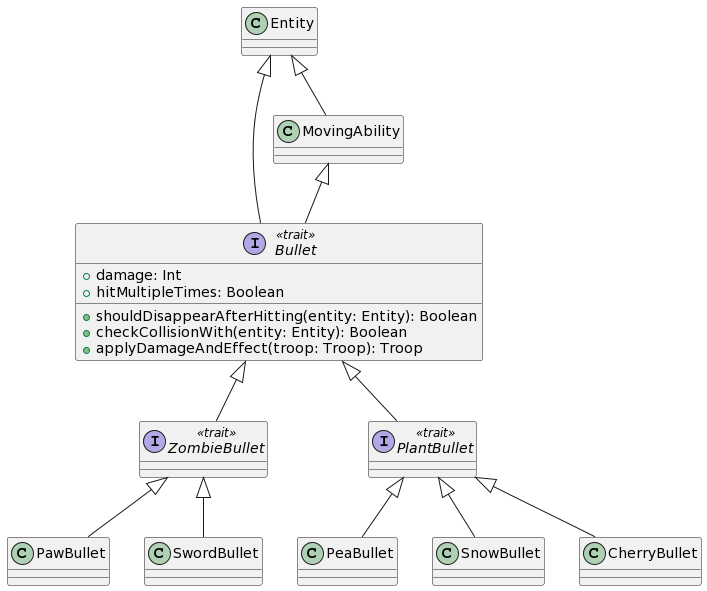
The PlantUML diagram doc/tex/report/images/model-bullet.png in PaoloPenazzi/pps-pvzlike, before a commit.
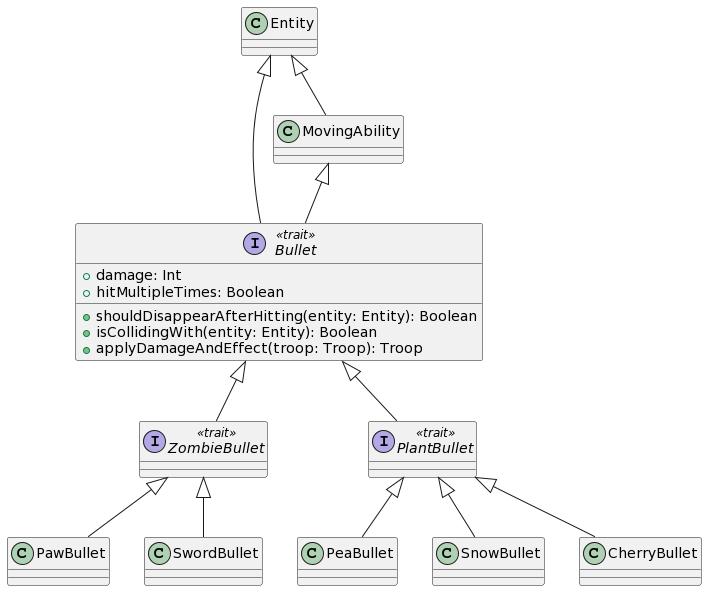
Later version of the same file.

Commit message:
docs: refactor checkCollisionWith of Bullets into isCollidingWith

Diff of the diagram source:
```diff
@@ -4,7 +4,7 @@
 + damage: Int
 + shouldDisappearAfterHitting(entity: Entity): Boolean
 + hitMultipleTimes: Boolean
-+ checkCollisionWith(entity: Entity): Boolean
++ isCollidingWith(entity: Entity): Boolean
 + applyDamageAndEffect(troop: Troop): Troop
 }
 
```
